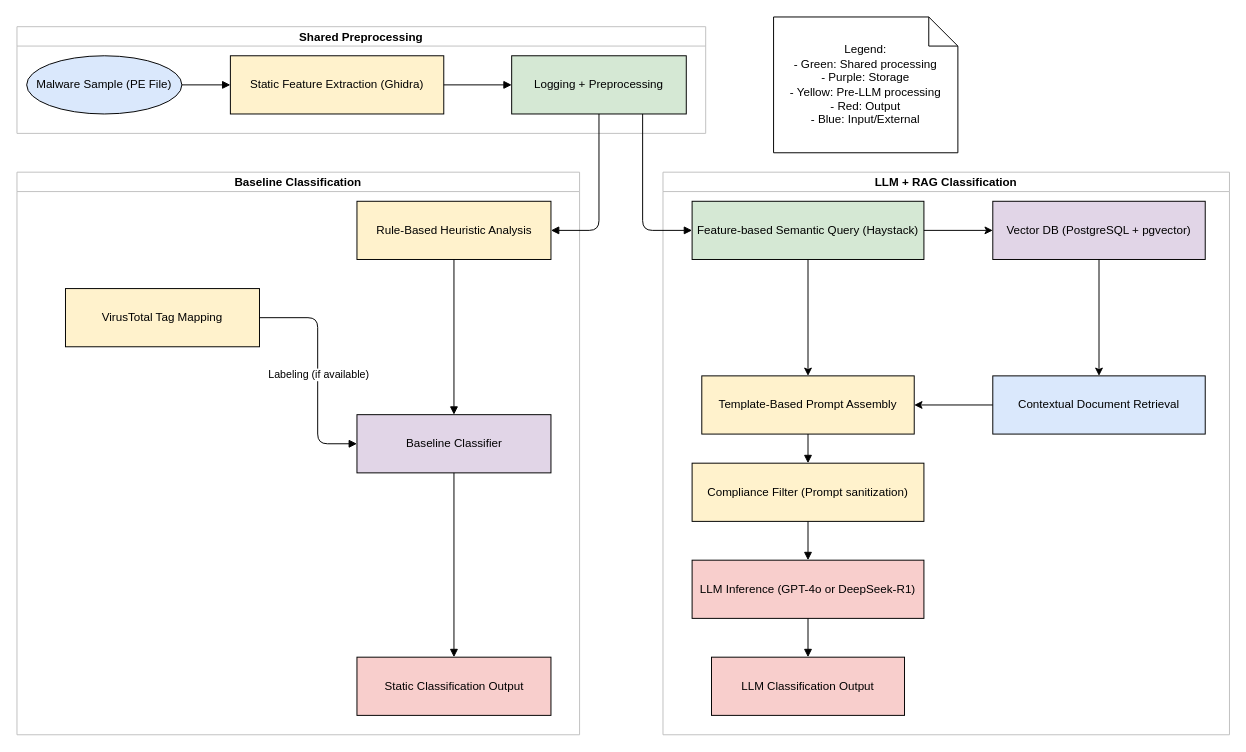
Before: diagrams/system-architecture.drawio in andremmfaria/masters-thesis, a draw.io diagram. Source tidied: cells renumbered, new cells numbered last; positions are measured from the earlier drawing's top-left corner, leaving out a move shared by most shapes. Both pictures are drawn from the tidied source at 97%, with x=0, y=0 at pixel (16, 16).
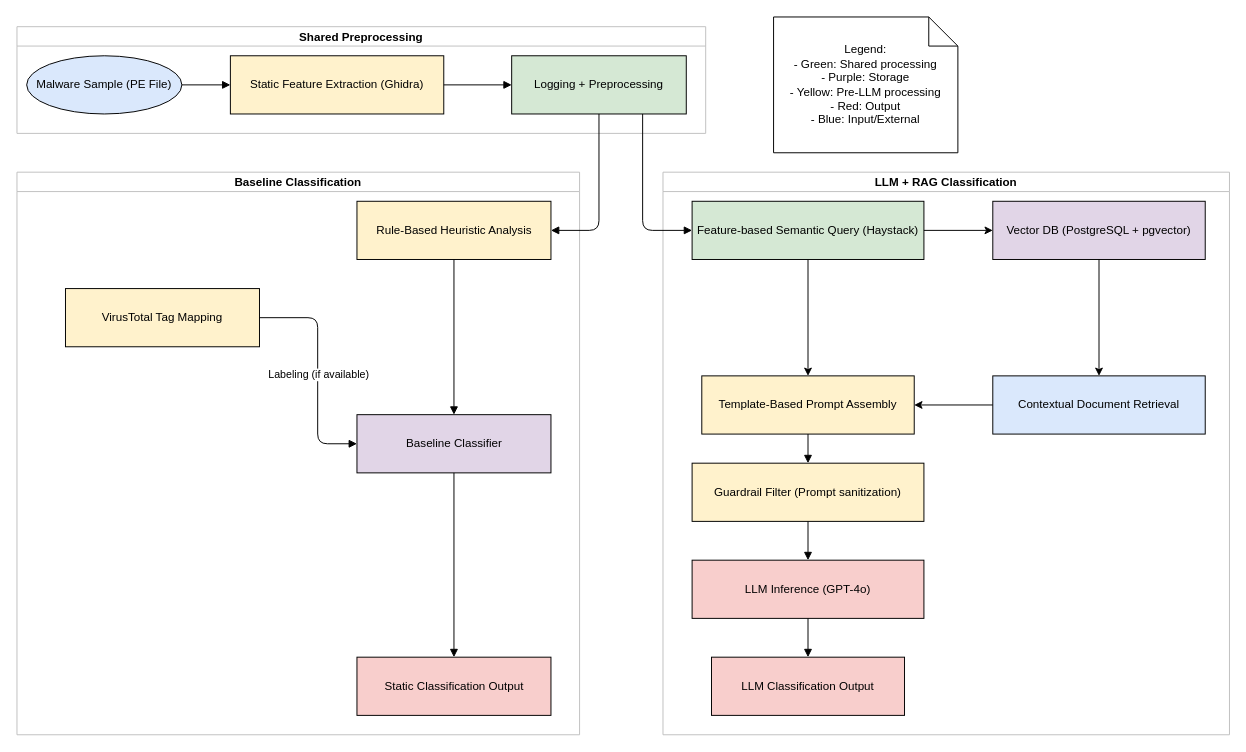
The same page after the edit.

Commit message (it also covers changes not shown here):
added experimental steps and updated architecture diagram

Unchanged cells that the change refers to:
```xml
<mxCell id="12" value="LLM + RAG Classification" style="swimlane;startSize=20;fillColor=#FFFFFF;strokeColor=#C0C0C0;" parent="1" vertex="1">
  <mxGeometry x="666" y="160" width="584" height="580" as="geometry" />
</mxCell>
```

The edit, as a diff of the source:
```diff
@@
-    <mxCell id="21" value="Compliance Filter (Prompt sanitization)" style="shape=rectangle;whiteSpace=wrap;html=1;fillColor=#FFF2CC;" parent="12" vertex="1">
+    <mxCell id="21" value="Guardrail Filter (Prompt sanitization)" style="shape=rectangle;whiteSpace=wrap;html=1;fillColor=#FFF2CC;" parent="12" vertex="1">
       <mxGeometry x="30" y="300" width="239" height="60" as="geometry" />
     </mxCell>
@@
-    <mxCell id="23" value="LLM Inference (GPT-4o or DeepSeek-R1)" style="shape=rectangle;whiteSpace=wrap;html=1;fillColor=#F8CECC;" parent="12" vertex="1">
+    <mxCell id="23" value="LLM Inference (GPT-4o)" style="shape=rectangle;whiteSpace=wrap;html=1;fillColor=#F8CECC;" parent="12" vertex="1">
       <mxGeometry x="30" y="400" width="239" height="60" as="geometry" />
     </mxCell>
```
